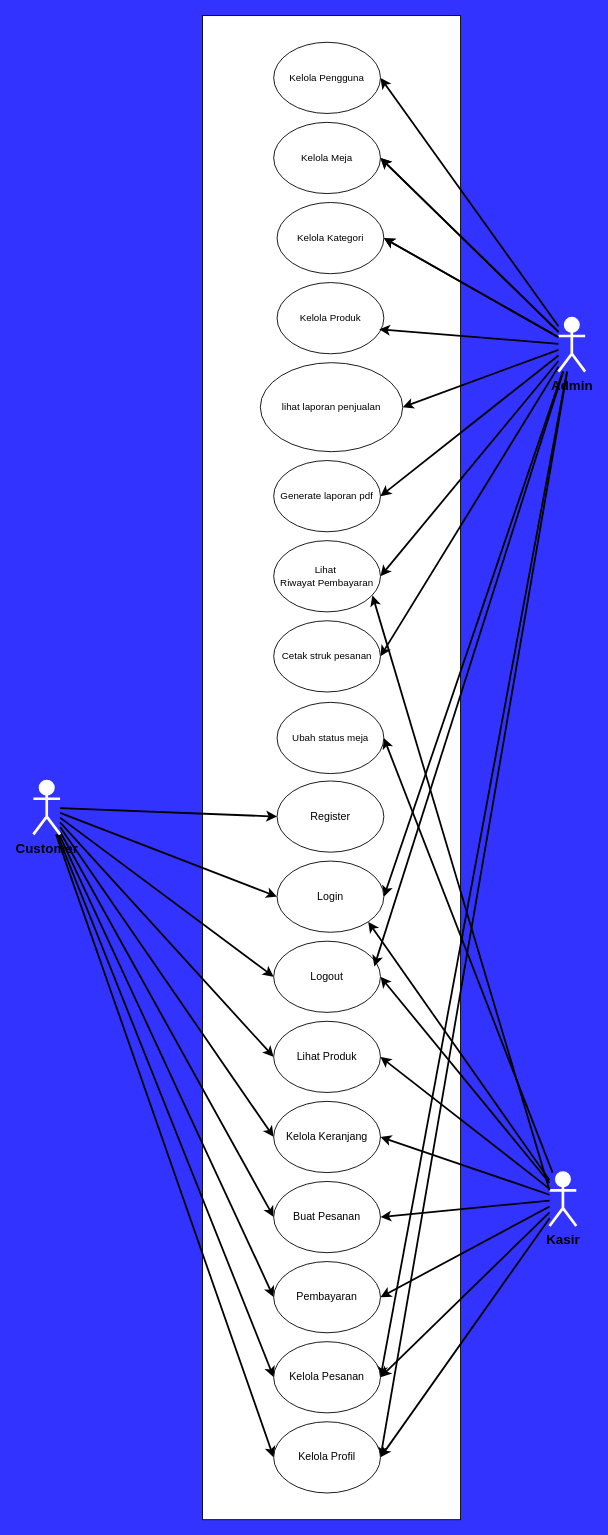
Before: assets/uml/use-case.drawio in RIOKOWI/warmindo_purnama_flutter, a draw.io diagram. Source tidied: cells renumbered, new cells numbered last; positions are measured from the earlier drawing's top-left corner, leaving out a move shared by most shapes. Both pictures are drawn from the tidied source at 89%, with x=0, y=0 at pixel (33, 15).
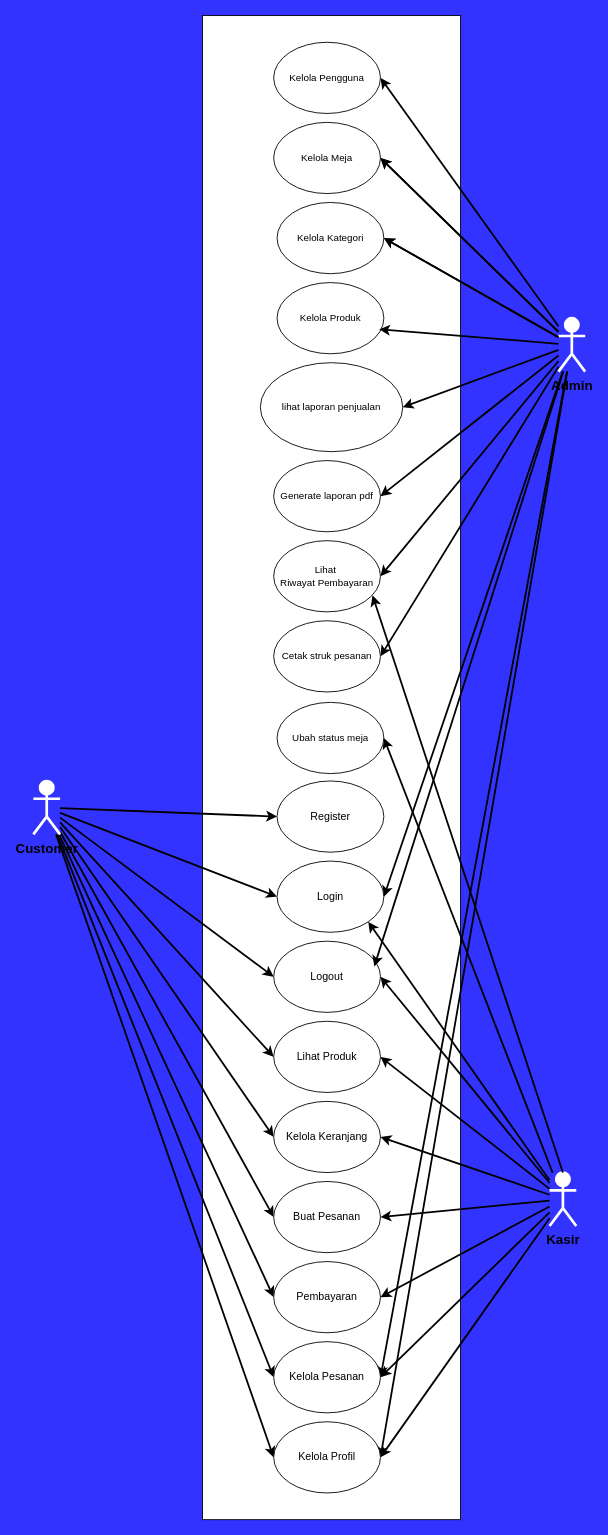
The same page after the edit.

Commit message (it also covers changes not shown here):
docs(uml): create 18 sequence diagram

Unchanged cells that the change refers to:
```xml
<mxCell id="33" value="&lt;font style=&quot;font-size: 15px;&quot;&gt;&lt;b&gt;Kasir&lt;/b&gt;&lt;/font&gt;" style="shape=umlActor;verticalLabelPosition=bottom;verticalAlign=top;html=1;outlineConnect=0;strokeWidth=3;strokeColor=light-dark(#FFFFFF,#FFFFFF);" parent="1" vertex="1">
  <mxGeometry x="580" y="1300" width="30" height="60" as="geometry" />
</mxCell>
<mxCell id="39" value="Lihat&amp;nbsp;&lt;div&gt;Riwayat Pembayaran&lt;/div&gt;" style="ellipse;whiteSpace=wrap;html=1;fontFamily=Helvetica;fontSize=11;fontColor=default;labelBackgroundColor=default;" parent="1" vertex="1">
  <mxGeometry x="270" y="590" width="120" height="80" as="geometry" />
</mxCell>
```

What changed in the source:
```diff
@@
-    <mxCell id="38" style="shape=connector;rounded=1;html=1;entryX=0.925;entryY=0.768;entryDx=0;entryDy=0;strokeColor=default;strokeWidth=2;align=center;verticalAlign=middle;fontFamily=Helvetica;fontSize=11;fontColor=default;labelBackgroundColor=default;endArrow=classic;exitX=0;exitY=0.3333333333333333;exitDx=0;exitDy=0;exitPerimeter=0;entryPerimeter=0;" parent="1" edge="1" source="33" target="39">
+    <mxCell id="38" style="shape=connector;rounded=1;html=1;entryX=0.925;entryY=0.768;entryDx=0;entryDy=0;strokeColor=default;strokeWidth=2;align=center;verticalAlign=middle;fontFamily=Helvetica;fontSize=11;fontColor=default;labelBackgroundColor=default;endArrow=classic;exitX=0.5;exitY=0;exitDx=0;exitDy=0;exitPerimeter=0;entryPerimeter=0;" parent="1" edge="1" source="33" target="39">
       <mxGeometry relative="1" as="geometry" />
     </mxCell>
```
